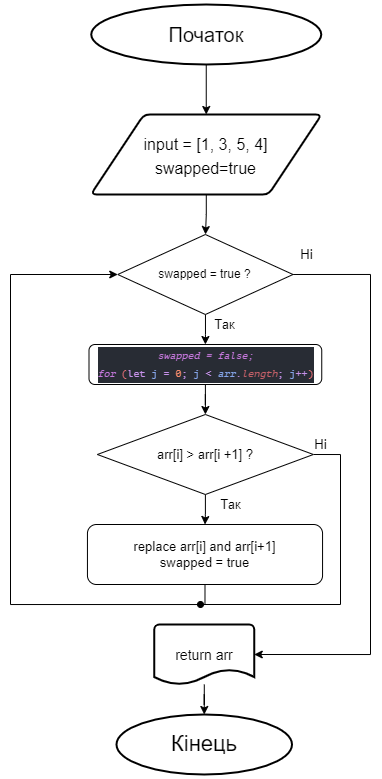
Above: src/assets/lab2/schema.png in Maxeemja/AMO (draw.io), before the change. Source tidied: cells renumbered, new cells last; positions are measured from the earlier drawing's top-left corner, leaving out a move shared by most shapes.
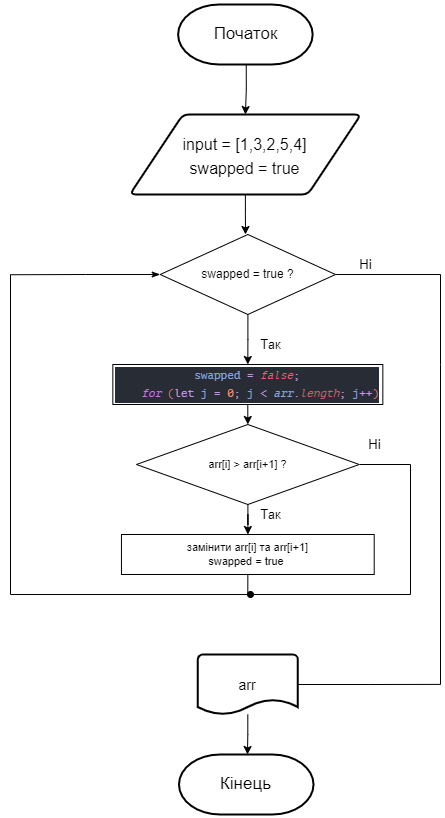
The same file after the commit.

Diff of the diagram source:
```diff
@@ -2,90 +2,100 @@
   <root>
     <mxCell id="0" />
     <mxCell id="1" parent="0" />
-    <mxCell id="2" style="edgeStyle=orthogonalEdgeStyle;rounded=0;jettySize=auto;html=1;fontSize=16;" parent="1" edge="1" source="3" target="5">
-      <mxGeometry relative="1" as="geometry" />
+    <mxCell id="2" style="edgeStyle=orthogonalEdgeStyle;rounded=0;jettySize=auto;html=1;fontSize=16;" parent="1" edge="1" target="5">
+      <mxGeometry relative="1" as="geometry">
+        <mxPoint x="195.8" y="60" as="sourcePoint" />
+      </mxGeometry>
     </mxCell>
-    <mxCell id="3" value="&lt;font style=&quot;font-size: 20px&quot;&gt;Початок&lt;/font&gt;" style="strokeWidth=2;html=1;shape=mxgraph.flowchart.start_1;whiteSpace=wrap;" parent="1" vertex="1">
-      <mxGeometry x="80.8" width="230" height="60" as="geometry" />
-    </mxCell>
     <mxCell id="4" style="edgeStyle=orthogonalEdgeStyle;rounded=0;jettySize=auto;html=1;" parent="1" edge="1" source="5">
       <mxGeometry relative="1" as="geometry">
         <mxPoint x="195" y="230" as="targetPoint" />
       </mxGeometry>
     </mxCell>
-    <mxCell id="5" value="&lt;font style=&quot;font-size: 16px&quot;&gt;input = [1, 3, 5, 4]&lt;br&gt;swapped=true&lt;br&gt;&lt;/font&gt;" style="shape=parallelogram;html=1;strokeWidth=2;perimeter=parallelogramPerimeter;whiteSpace=wrap;rounded=1;arcSize=12;size=0.23;fontSize=20;" parent="1" vertex="1">
-      <mxGeometry x="80.2" y="110" width="231" height="80" as="geometry" />
+    <mxCell id="5" value="&lt;font style=&quot;font-size: 16px&quot;&gt;input = [1,3,2,5,4]&lt;br&gt;swapped = true&lt;br&gt;&lt;/font&gt;" style="shape=parallelogram;html=1;strokeWidth=2;perimeter=parallelogramPerimeter;whiteSpace=wrap;rounded=1;arcSize=12;size=0.23;fontSize=20;" parent="1" vertex="1">
+      <mxGeometry x="79.4" y="110" width="231" height="80" as="geometry" />
     </mxCell>
-    <mxCell id="6" style="edgeStyle=orthogonalEdgeStyle;rounded=0;jettySize=auto;html=1;fontSize=22;entryX=0.5;entryY=0;entryDx=0;entryDy=0;entryPerimeter=0;" parent="1" edge="1" source="7" target="8">
-      <mxGeometry relative="1" as="geometry" />
-    </mxCell>
+    <mxCell id="25" style="edgeStyle=orthogonalEdgeStyle;rounded=0;jettySize=auto;html=1;fontSize=20;" parent="1" edge="1" source="7">
+      <mxGeometry relative="1" as="geometry">
+        <mxPoint x="197" y="750" as="targetPoint" />
+      </mxGeometry>
+    </mxCell>
+    <mxCell id="26" style="edgeStyle=orthogonalEdgeStyle;rounded=0;jettySize=auto;html=1;exitX=1;exitY=0.5;exitDx=0;exitDy=0;exitPerimeter=0;fontSize=11;startArrow=none;startFill=0;endArrow=none;endFill=0;" parent="1" edge="1" source="7">
+      <mxGeometry relative="1" as="geometry">
+        <mxPoint x="390" y="679.9" as="targetPoint" />
+      </mxGeometry>
+    </mxCell>
-    <mxCell id="7" value="&lt;span style=&quot;font-size: 14px&quot;&gt;return arr&lt;/span&gt;" style="strokeWidth=2;html=1;shape=mxgraph.flowchart.document2;whiteSpace=wrap;size=0.25;fontSize=16;" parent="1" vertex="1">
-      <mxGeometry x="143.8" y="620" width="100" height="60" as="geometry" />
+    <mxCell id="7" value="&lt;span style=&quot;font-size: 14px&quot;&gt;arr&lt;/span&gt;" style="strokeWidth=2;html=1;shape=mxgraph.flowchart.document2;whiteSpace=wrap;size=0.25;fontSize=16;" parent="1" vertex="1">
+      <mxGeometry x="147.3" y="650" width="100" height="60" as="geometry" />
     </mxCell>
+    <mxCell id="27" style="edgeStyle=orthogonalEdgeStyle;rounded=0;jettySize=auto;html=1;exitX=1;exitY=0.5;exitDx=0;exitDy=0;fontSize=20;endArrow=none;endFill=0;" parent="1" edge="1" source="11">
+      <mxGeometry relative="1" as="geometry">
+        <mxPoint x="390" y="680" as="targetPoint" />
+        <Array as="points">
+          <mxPoint x="390" y="270" />
+          <mxPoint x="390" y="360" />
+        </Array>
+      </mxGeometry>
+    </mxCell>
+    <mxCell id="28" style="edgeStyle=orthogonalEdgeStyle;rounded=0;jettySize=auto;html=1;" parent="1" edge="1" source="11" target="32">
+      <mxGeometry relative="1" as="geometry" />
+    </mxCell>
+    <mxCell id="29" style="edgeStyle=orthogonalEdgeStyle;rounded=0;jettySize=auto;html=1;exitX=0;exitY=0.5;exitDx=0;exitDy=0;fontSize=11;startArrow=classicThin;startFill=1;endArrow=none;endFill=0;" parent="1" edge="1" source="11">
+      <mxGeometry relative="1" as="geometry">
+        <mxPoint x="-40" y="270.2" as="targetPoint" />
+      </mxGeometry>
+    </mxCell>
+    <mxCell id="11" value="swapped = true ?" style="rhombus;whiteSpace=wrap;html=1;" parent="1" vertex="1">
+      <mxGeometry x="109.7" y="230" width="175.2" height="80" as="geometry" />
+    </mxCell>
+    <mxCell id="24" value="Ні" style="text;html=1;align=center;verticalAlign=middle;strokeColor=none;fillColor=none;fontSize=13;" parent="1" vertex="1">
+      <mxGeometry x="300" y="250" width="30" height="20" as="geometry" />
+    </mxCell>
+    <mxCell id="30" value="Так" style="text;html=1;align=center;verticalAlign=middle;strokeColor=none;fillColor=none;fontSize=13;" parent="1" vertex="1">
+      <mxGeometry x="200" y="330" width="40" height="20" as="geometry" />
+    </mxCell>
+    <mxCell id="3" value="&lt;font style=&quot;font-size: 17px&quot;&gt;Початок&lt;/font&gt;" style="strokeWidth=2;html=1;shape=mxgraph.flowchart.terminator;whiteSpace=wrap;" parent="1" vertex="1">
+      <mxGeometry x="127.6" width="134.6" height="60" as="geometry" />
+    </mxCell>
-    <mxCell id="8" value="Кінець" style="strokeWidth=2;html=1;shape=mxgraph.flowchart.start_1;whiteSpace=wrap;fontSize=22;" parent="1" vertex="1">
-      <mxGeometry x="106" y="710" width="175.5" height="60" as="geometry" />
+    <mxCell id="8" value="&lt;font style=&quot;font-size: 17px&quot;&gt;Кінець&lt;/font&gt;" style="strokeWidth=2;html=1;shape=mxgraph.flowchart.terminator;whiteSpace=wrap;" parent="1" vertex="1">
+      <mxGeometry x="128.5" y="750" width="134.6" height="60" as="geometry" />
     </mxCell>
-    <mxCell id="9" style="edgeStyle=orthogonalEdgeStyle;rounded=0;jettySize=auto;html=1;" parent="1" edge="1" source="11" target="13">
-      <mxGeometry relative="1" as="geometry" />
-    </mxCell>
-    <mxCell id="10" style="edgeStyle=orthogonalEdgeStyle;rounded=0;jettySize=auto;html=1;exitX=1;exitY=0.5;exitDx=0;exitDy=0;entryX=1;entryY=0.5;entryDx=0;entryDy=0;entryPerimeter=0;fontSize=13;startArrow=none;startFill=0;endArrow=classic;endFill=1;" parent="1" edge="1" source="11" target="7">
-      <mxGeometry relative="1" as="geometry">
-        <Array as="points">
-          <mxPoint x="360" y="270" />
-          <mxPoint x="360" y="650" />
-        </Array>
-      </mxGeometry>
-    </mxCell>
-    <mxCell id="11" value="swapped = true ?" style="rhombus;whiteSpace=wrap;html=1;" parent="1" vertex="1">
-      <mxGeometry x="107.2" y="230" width="175.2" height="80" as="geometry" />
-    </mxCell>
-    <mxCell id="12" style="edgeStyle=orthogonalEdgeStyle;rounded=0;jettySize=auto;html=1;fontSize=10;" parent="1" edge="1" source="13" target="16">
-      <mxGeometry relative="1" as="geometry" />
-    </mxCell>
-    <mxCell id="13" value="&lt;div style=&quot;color: rgb(171 , 178 , 191) ; background-color: rgb(40 , 44 , 52) ; font-family: &amp;#34;pt mono&amp;#34; , &amp;#34;consolas&amp;#34; , &amp;#34;courier new&amp;#34; , monospace ; line-height: 18px ; font-size: 10px&quot;&gt;&lt;span style=&quot;color: #c678dd ; font-style: italic&quot;&gt;swapped = false;&lt;/span&gt;&lt;/div&gt;&lt;div style=&quot;color: rgb(171 , 178 , 191) ; background-color: rgb(40 , 44 , 52) ; font-family: &amp;#34;pt mono&amp;#34; , &amp;#34;consolas&amp;#34; , &amp;#34;courier new&amp;#34; , monospace ; line-height: 18px ; font-size: 10px&quot;&gt;&lt;span style=&quot;color: #c678dd ; font-style: italic&quot;&gt;for&lt;/span&gt;&lt;span style=&quot;color: #c792ea ; font-style: italic&quot;&gt; &lt;/span&gt;&lt;span style=&quot;color: #f07178&quot;&gt;(&lt;/span&gt;&lt;span style=&quot;color: #c792ea&quot;&gt;let&lt;/span&gt;&lt;span style=&quot;color: #c792ea ; font-style: italic&quot;&gt; &lt;/span&gt;&lt;span style=&quot;color: #85a5e9&quot;&gt;j&lt;/span&gt;&lt;span style=&quot;color: #c792ea ; font-style: italic&quot;&gt; &lt;/span&gt;&lt;span style=&quot;color: #c792ea&quot;&gt;=&lt;/span&gt;&lt;span style=&quot;color: #c792ea ; font-style: italic&quot;&gt; &lt;/span&gt;&lt;span style=&quot;color: #f78c6c&quot;&gt;0&lt;/span&gt;&lt;span style=&quot;color: #c792ea&quot;&gt;;&lt;/span&gt;&lt;span style=&quot;color: #c792ea ; font-style: italic&quot;&gt; &lt;/span&gt;&lt;span style=&quot;color: #85a5e9&quot;&gt;j&lt;/span&gt;&lt;span style=&quot;color: #c792ea ; font-style: italic&quot;&gt; &lt;/span&gt;&lt;span style=&quot;color: #c792ea&quot;&gt;&amp;lt;&lt;/span&gt;&lt;span style=&quot;color: #c792ea ; font-style: italic&quot;&gt; &lt;/span&gt;&lt;span style=&quot;color: #85a5e9 ; font-style: italic&quot;&gt;arr&lt;/span&gt;&lt;span style=&quot;color: #c792ea ; font-style: italic&quot;&gt;.&lt;/span&gt;&lt;span style=&quot;color: #c56068 ; font-style: italic&quot;&gt;length&lt;/span&gt;&lt;span style=&quot;color: #c792ea&quot;&gt;;&lt;/span&gt;&lt;span style=&quot;color: #c792ea ; font-style: italic&quot;&gt; &lt;/span&gt;&lt;span style=&quot;color: #85a5e9&quot;&gt;j&lt;/span&gt;&lt;span style=&quot;color: #c792ea&quot;&gt;++&lt;/span&gt;&lt;span style=&quot;color: #f07178&quot;&gt;)&lt;/span&gt;&lt;/div&gt;" style="rounded=1;whiteSpace=wrap;html=1;" parent="1" vertex="1">
-      <mxGeometry x="78.5" y="340" width="232.8" height="40" as="geometry" />
-    </mxCell>
-    <mxCell id="14" style="edgeStyle=orthogonalEdgeStyle;rounded=0;jettySize=auto;html=1;fontSize=13;" parent="1" edge="1" source="16" target="18">
-      <mxGeometry relative="1" as="geometry" />
-    </mxCell>
-    <mxCell id="15" style="edgeStyle=orthogonalEdgeStyle;rounded=0;jettySize=auto;html=1;exitX=1;exitY=0.5;exitDx=0;exitDy=0;fontSize=13;endArrow=none;endFill=0;" parent="1" edge="1" source="16">
-      <mxGeometry relative="1" as="geometry">
-        <mxPoint x="330" y="600" as="targetPoint" />
-      </mxGeometry>
-    </mxCell>
-    <mxCell id="16" value="&lt;span style=&quot;font-size: 13px&quot;&gt;arr[i] &amp;gt; arr[i +1] ?&lt;/span&gt;" style="rhombus;whiteSpace=wrap;html=1;fontSize=10;" parent="1" vertex="1">
-      <mxGeometry x="86.9" y="410" width="216" height="80" as="geometry" />
-    </mxCell>
-    <mxCell id="17" style="edgeStyle=orthogonalEdgeStyle;rounded=0;jettySize=auto;html=1;exitX=0.5;exitY=1;exitDx=0;exitDy=0;fontSize=13;endArrow=none;endFill=0;" parent="1" edge="1" source="18">
-      <mxGeometry relative="1" as="geometry">
-        <mxPoint y="270" as="targetPoint" />
-      </mxGeometry>
-    </mxCell>
-    <mxCell id="18" value="replace arr[i] and arr[i+1]&lt;br&gt;swapped = true" style="rounded=1;whiteSpace=wrap;html=1;fontSize=13;" parent="1" vertex="1">
-      <mxGeometry x="76.9" y="520" width="235.1" height="60" as="geometry" />
-    </mxCell>
-    <mxCell id="19" value="Так" style="text;html=1;align=center;verticalAlign=middle;strokeColor=none;fillColor=none;fontSize=13;" parent="1" vertex="1">
-      <mxGeometry x="200" y="490" width="40" height="20" as="geometry" />
-    </mxCell>
-    <mxCell id="20" style="endArrow=classic;html=1;rounded=0;fontSize=13;entryX=0;entryY=0.5;entryDx=0;entryDy=0;" parent="1" edge="1" target="11">
-      <mxGeometry relative="1" as="geometry">
-        <mxPoint y="270" as="sourcePoint" />
-      </mxGeometry>
-    </mxCell>
+    <mxCell id="31" style="edgeStyle=orthogonalEdgeStyle;rounded=0;jettySize=auto;html=1;fontSize=11;startArrow=none;startFill=0;endArrow=classic;endFill=1;" parent="1" edge="1" source="32" target="35">
+      <mxGeometry relative="1" as="geometry" />
+    </mxCell>
+    <mxCell id="32" value="&lt;div style=&quot;color: rgb(171 , 178 , 191) ; background-color: rgb(40 , 44 , 52) ; font-family: &amp;#34;pt mono&amp;#34; , &amp;#34;consolas&amp;#34; , &amp;#34;courier new&amp;#34; , monospace ; line-height: 18px ; font-size: 11px&quot;&gt;&lt;div&gt;&lt;span style=&quot;color: #85a5e9&quot;&gt;swapped&lt;/span&gt;&lt;span style=&quot;color: #c792ea ; font-style: italic&quot;&gt; &lt;/span&gt;&lt;span style=&quot;color: #c792ea&quot;&gt;=&lt;/span&gt;&lt;span style=&quot;color: #c792ea ; font-style: italic&quot;&gt; &lt;/span&gt;&lt;span style=&quot;color: #ff5874 ; font-style: italic&quot;&gt;false&lt;/span&gt;&lt;span style=&quot;color: #c792ea&quot;&gt;;&lt;/span&gt;&lt;/div&gt;&lt;div&gt;&lt;span style=&quot;color: #c792ea ; font-style: italic&quot;&gt;&amp;nbsp; &amp;nbsp; &lt;/span&gt;&lt;span style=&quot;color: #c678dd ; font-style: italic&quot;&gt;for&lt;/span&gt;&lt;span style=&quot;color: #c792ea ; font-style: italic&quot;&gt; &lt;/span&gt;&lt;span style=&quot;color: #f07178&quot;&gt;(&lt;/span&gt;&lt;span style=&quot;color: #c792ea&quot;&gt;let&lt;/span&gt;&lt;span style=&quot;color: #c792ea ; font-style: italic&quot;&gt; &lt;/span&gt;&lt;span style=&quot;color: #85a5e9&quot;&gt;j&lt;/span&gt;&lt;span style=&quot;color: #c792ea ; font-style: italic&quot;&gt; &lt;/span&gt;&lt;span style=&quot;color: #c792ea&quot;&gt;=&lt;/span&gt;&lt;span style=&quot;color: #c792ea ; font-style: italic&quot;&gt; &lt;/span&gt;&lt;span style=&quot;color: #f78c6c&quot;&gt;0&lt;/span&gt;&lt;span style=&quot;color: #c792ea&quot;&gt;;&lt;/span&gt;&lt;span style=&quot;color: #c792ea ; font-style: italic&quot;&gt; &lt;/span&gt;&lt;span style=&quot;color: #85a5e9&quot;&gt;j&lt;/span&gt;&lt;span style=&quot;color: #c792ea ; font-style: italic&quot;&gt; &lt;/span&gt;&lt;span style=&quot;color: #c792ea&quot;&gt;&amp;lt;&lt;/span&gt;&lt;span style=&quot;color: #c792ea ; font-style: italic&quot;&gt; &lt;/span&gt;&lt;span style=&quot;color: #85a5e9 ; font-style: italic&quot;&gt;arr&lt;/span&gt;&lt;span style=&quot;color: #c792ea ; font-style: italic&quot;&gt;.&lt;/span&gt;&lt;span style=&quot;color: #c56068 ; font-style: italic&quot;&gt;length&lt;/span&gt;&lt;span style=&quot;color: #c792ea&quot;&gt;;&lt;/span&gt;&lt;span style=&quot;color: #c792ea ; font-style: italic&quot;&gt; &lt;/span&gt;&lt;span style=&quot;color: #85a5e9&quot;&gt;j&lt;/span&gt;&lt;span style=&quot;color: #c792ea&quot;&gt;++&lt;/span&gt;&lt;span style=&quot;color: #f07178&quot;&gt;)&lt;/span&gt;&lt;/div&gt;&lt;/div&gt;" style="rounded=0;whiteSpace=wrap;html=1;" parent="1" vertex="1">
+      <mxGeometry x="62.3" y="360" width="270" height="40" as="geometry" />
+    </mxCell>
+    <mxCell id="33" style="edgeStyle=orthogonalEdgeStyle;rounded=0;jettySize=auto;html=1;fontSize=11;" parent="1" edge="1" source="35" target="37">
+      <mxGeometry relative="1" as="geometry" />
+    </mxCell>
+    <mxCell id="34" style="edgeStyle=orthogonalEdgeStyle;rounded=0;jettySize=auto;html=1;exitX=1;exitY=0.5;exitDx=0;exitDy=0;fontSize=11;endArrow=none;endFill=0;" parent="1" edge="1" source="35">
+      <mxGeometry relative="1" as="geometry">
+        <mxPoint x="360" y="590" as="targetPoint" />
+      </mxGeometry>
+    </mxCell>
+    <mxCell id="35" value="arr[i] &amp;gt; arr[i+1] ?" style="rhombus;whiteSpace=wrap;html=1;fontSize=11;" parent="1" vertex="1">
+      <mxGeometry x="86" y="420" width="222.8" height="80" as="geometry" />
+    </mxCell>
+    <mxCell id="36" style="edgeStyle=orthogonalEdgeStyle;rounded=0;jettySize=auto;html=1;exitX=0.5;exitY=1;exitDx=0;exitDy=0;fontSize=11;endArrow=none;endFill=0;" parent="1" edge="1" source="37">
+      <mxGeometry relative="1" as="geometry">
+        <mxPoint x="-40" y="270" as="targetPoint" />
+      </mxGeometry>
+    </mxCell>
+    <mxCell id="37" value="замінити arr[i] та arr[i+1]&lt;br&gt;swapped = true&amp;nbsp;" style="rounded=0;whiteSpace=wrap;html=1;fontSize=11;" parent="1" vertex="1">
+      <mxGeometry x="71" y="530" width="252.8" height="40" as="geometry" />
+    </mxCell>
+    <mxCell id="38" style="endArrow=none;html=1;rounded=0;fontSize=11;endFill=0;startArrow=oval;startFill=1;" parent="1" edge="1">
+      <mxGeometry relative="1" as="geometry">
+        <mxPoint x="200" y="590" as="sourcePoint" />
+        <mxPoint x="360" y="590" as="targetPoint" />
+      </mxGeometry>
+    </mxCell>
+    <mxCell id="39" value="Так" style="text;html=1;align=center;verticalAlign=middle;strokeColor=none;fillColor=none;fontSize=13;" parent="1" vertex="1">
+      <mxGeometry x="200" y="500" width="40" height="20" as="geometry" />
+    </mxCell>
     <mxCell id="21" value="Ні" style="text;html=1;align=center;verticalAlign=middle;strokeColor=none;fillColor=none;fontSize=13;" parent="1" vertex="1">
-      <mxGeometry x="295" y="430" width="30" height="20" as="geometry" />
+      <mxGeometry x="308.7" y="430" width="30" height="20" as="geometry" />
     </mxCell>
-    <mxCell id="22" style="endArrow=none;html=1;rounded=0;fontSize=13;startArrow=oval;startFill=1;" parent="1" edge="1">
-      <mxGeometry relative="1" as="geometry">
-        <mxPoint x="190" y="600" as="sourcePoint" />
-        <mxPoint x="330" y="600" as="targetPoint" />
-      </mxGeometry>
-    </mxCell>
-    <mxCell id="23" value="Так" style="text;html=1;align=center;verticalAlign=middle;strokeColor=none;fillColor=none;fontSize=13;" parent="1" vertex="1">
-      <mxGeometry x="194" y="310" width="40" height="20" as="geometry" />
-    </mxCell>
-    <mxCell id="24" value="Ні" style="text;html=1;align=center;verticalAlign=middle;strokeColor=none;fillColor=none;fontSize=13;" parent="1" vertex="1">
-      <mxGeometry x="280.8" y="240" width="30" height="20" as="geometry" />
-    </mxCell>
   </root>
 </mxGraphModel>
```
